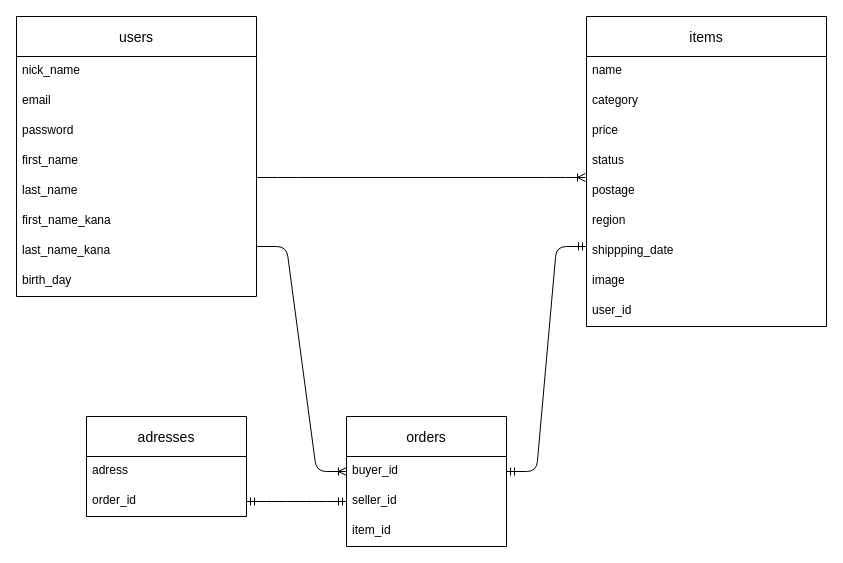
This is furima.dio from ogaki0612/furima-31903, a draw.io file, before an edit. Source tidied: cells renumbered, new cells numbered last; positions are measured from the earlier drawing's top-left corner, leaving out a move shared by most shapes. Both pictures are drawn from the tidied source at 100%, with x=0, y=0 at pixel (16, 16).
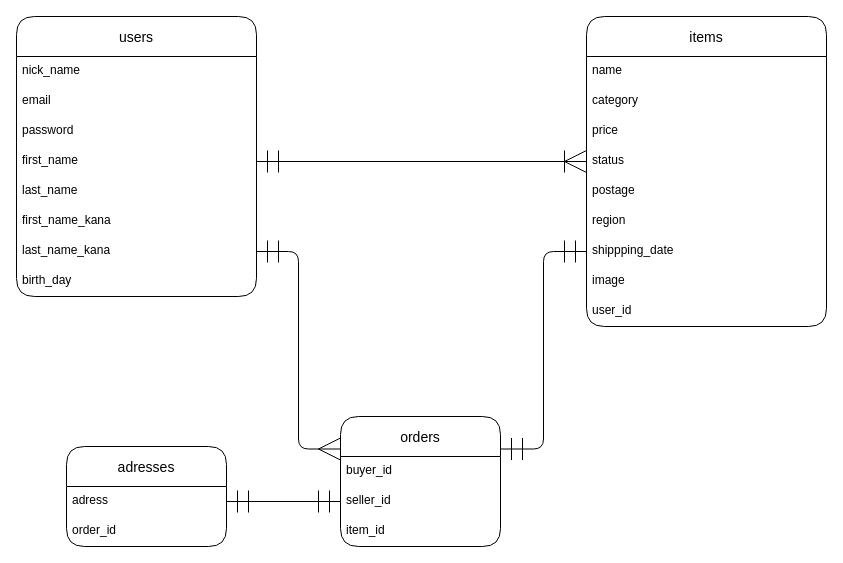
Above is the later version.

Change to the diagram source:
```diff
@@
-    <mxCell id="2" style="edgeStyle=entityRelationEdgeStyle;fontSize=12;html=1;endArrow=ERoneToMany;entryX=-0.004;entryY=0.033;entryDx=0;entryDy=0;entryPerimeter=0;exitX=1.004;exitY=0.033;exitDx=0;exitDy=0;exitPerimeter=0;" parent="1" edge="1" source="9" target="18">
-      <mxGeometry relative="1" as="geometry" />
-    </mxCell>
-    <mxCell id="3" style="edgeStyle=entityRelationEdgeStyle;fontSize=12;html=1;endArrow=ERoneToMany;entryX=0;entryY=0.5;entryDx=0;entryDy=0;" parent="1" edge="1" target="24">
-      <mxGeometry relative="1" as="geometry">
-        <mxPoint x="240" y="230" as="sourcePoint" />
-      </mxGeometry>
-    </mxCell>
-    <mxCell id="4" value="users" style="swimlane;fontStyle=0;horizontal=1;startSize=40;align=center;fontSize=14;" parent="1" vertex="1">
+    <mxCell id="4" value="users" style="swimlane;fontStyle=0;horizontal=1;startSize=40;align=center;fontSize=14;rounded=1;" parent="1" vertex="1">
       <mxGeometry width="240" height="280" as="geometry" />
     </mxCell>
-    <mxCell id="5" value="nick_name" style="text;strokeColor=none;fillColor=none;spacingLeft=4;spacingRight=4;overflow=hidden;fontSize=12;" parent="4" vertex="1">
+    <mxCell id="5" value="nick_name" style="text;strokeColor=none;fillColor=none;spacingLeft=4;spacingRight=4;overflow=hidden;fontSize=12;rounded=1;" parent="4" vertex="1">
       <mxGeometry y="40" width="240" height="30" as="geometry" />
     </mxCell>
-    <mxCell id="6" value="email" style="text;strokeColor=none;fillColor=none;spacingLeft=4;spacingRight=4;overflow=hidden;fontSize=12;" parent="4" vertex="1">
+    <mxCell id="6" value="email" style="text;strokeColor=none;fillColor=none;spacingLeft=4;spacingRight=4;overflow=hidden;fontSize=12;rounded=1;" parent="4" vertex="1">
       <mxGeometry y="70" width="240" height="30" as="geometry" />
     </mxCell>
-    <mxCell id="7" value="password" style="text;strokeColor=none;fillColor=none;spacingLeft=4;spacingRight=4;overflow=hidden;fontSize=12;" parent="4" vertex="1">
+    <mxCell id="7" value="password" style="text;strokeColor=none;fillColor=none;spacingLeft=4;spacingRight=4;overflow=hidden;fontSize=12;rounded=1;" parent="4" vertex="1">
       <mxGeometry y="100" width="240" height="30" as="geometry" />
     </mxCell>
-    <mxCell id="8" value="first_name" style="text;strokeColor=none;fillColor=none;spacingLeft=4;spacingRight=4;overflow=hidden;points=[[0,0.5],[1,0.5]];portConstraint=eastwest;fontSize=12;" parent="4" vertex="1">
+    <mxCell id="8" value="first_name" style="text;strokeColor=none;fillColor=none;spacingLeft=4;spacingRight=4;overflow=hidden;points=[[0,0.5],[1,0.5]];portConstraint=eastwest;fontSize=12;rounded=1;" parent="4" vertex="1">
       <mxGeometry y="130" width="240" height="30" as="geometry" />
     </mxCell>
-    <mxCell id="9" value="last_name" style="text;strokeColor=none;fillColor=none;spacingLeft=4;spacingRight=4;overflow=hidden;points=[[0,0.5],[1,0.5]];portConstraint=eastwest;fontSize=12;" parent="4" vertex="1">
+    <mxCell id="9" value="last_name" style="text;strokeColor=none;fillColor=none;spacingLeft=4;spacingRight=4;overflow=hidden;points=[[0,0.5],[1,0.5]];portConstraint=eastwest;fontSize=12;rounded=1;" parent="4" vertex="1">
       <mxGeometry y="160" width="240" height="30" as="geometry" />
     </mxCell>
-    <mxCell id="10" value="first_name_kana" style="text;strokeColor=none;fillColor=none;spacingLeft=4;spacingRight=4;overflow=hidden;fontSize=12;" parent="4" vertex="1">
+    <mxCell id="10" value="first_name_kana" style="text;strokeColor=none;fillColor=none;spacingLeft=4;spacingRight=4;overflow=hidden;fontSize=12;rounded=1;" parent="4" vertex="1">
       <mxGeometry y="190" width="240" height="30" as="geometry" />
     </mxCell>
-    <mxCell id="11" value="last_name_kana" style="text;strokeColor=none;fillColor=none;spacingLeft=4;spacingRight=4;overflow=hidden;points=[[0,0.5],[1,0.5]];portConstraint=eastwest;fontSize=12;" parent="4" vertex="1">
+    <mxCell id="11" value="last_name_kana" style="text;strokeColor=none;fillColor=none;spacingLeft=4;spacingRight=4;overflow=hidden;points=[[0,0.5],[1,0.5]];portConstraint=eastwest;fontSize=12;rounded=1;" parent="4" vertex="1">
       <mxGeometry y="220" width="240" height="30" as="geometry" />
     </mxCell>
-    <mxCell id="12" value="birth_day" style="text;strokeColor=none;fillColor=none;spacingLeft=4;spacingRight=4;overflow=hidden;fontSize=12;" parent="4" vertex="1">
+    <mxCell id="12" value="birth_day" style="text;strokeColor=none;fillColor=none;spacingLeft=4;spacingRight=4;overflow=hidden;fontSize=12;rounded=1;" parent="4" vertex="1">
       <mxGeometry y="250" width="240" height="30" as="geometry" />
     </mxCell>
-    <mxCell id="13" value="items" style="swimlane;fontStyle=0;horizontal=1;startSize=40;align=center;fontSize=14;" parent="1" vertex="1">
+    <mxCell id="13" value="items" style="swimlane;fontStyle=0;horizontal=1;startSize=40;align=center;fontSize=14;rounded=1;" parent="1" vertex="1">
       <mxGeometry x="570" width="240" height="310" as="geometry" />
     </mxCell>
-    <mxCell id="14" value="name" style="text;strokeColor=none;fillColor=none;spacingLeft=4;spacingRight=4;overflow=hidden;fontSize=12;" parent="13" vertex="1">
+    <mxCell id="14" value="name" style="text;strokeColor=none;fillColor=none;spacingLeft=4;spacingRight=4;overflow=hidden;fontSize=12;rounded=1;" parent="13" vertex="1">
       <mxGeometry y="40" width="240" height="30" as="geometry" />
     </mxCell>
-    <mxCell id="15" value="category" style="text;strokeColor=none;fillColor=none;spacingLeft=4;spacingRight=4;overflow=hidden;fontSize=12;" parent="13" vertex="1">
+    <mxCell id="15" value="category" style="text;strokeColor=none;fillColor=none;spacingLeft=4;spacingRight=4;overflow=hidden;fontSize=12;rounded=1;" parent="13" vertex="1">
       <mxGeometry y="70" width="240" height="30" as="geometry" />
     </mxCell>
-    <mxCell id="16" value="price" style="text;strokeColor=none;fillColor=none;spacingLeft=4;spacingRight=4;overflow=hidden;fontSize=12;" parent="13" vertex="1">
+    <mxCell id="16" value="price" style="text;strokeColor=none;fillColor=none;spacingLeft=4;spacingRight=4;overflow=hidden;fontSize=12;rounded=1;" parent="13" vertex="1">
       <mxGeometry y="100" width="240" height="30" as="geometry" />
     </mxCell>
-    <mxCell id="17" value="status" style="text;strokeColor=none;fillColor=none;spacingLeft=4;spacingRight=4;overflow=hidden;points=[[0,0.5],[1,0.5]];portConstraint=eastwest;fontSize=12;" parent="13" vertex="1">
+    <mxCell id="17" value="status" style="text;strokeColor=none;fillColor=none;spacingLeft=4;spacingRight=4;overflow=hidden;points=[[0,0.5],[1,0.5]];portConstraint=eastwest;fontSize=12;rounded=1;" parent="13" vertex="1">
       <mxGeometry y="130" width="240" height="30" as="geometry" />
     </mxCell>
-    <mxCell id="18" value="postage" style="text;strokeColor=none;fillColor=none;spacingLeft=4;spacingRight=4;overflow=hidden;points=[[0,0.5],[1,0.5]];portConstraint=eastwest;fontSize=12;" parent="13" vertex="1">
+    <mxCell id="18" value="postage" style="text;strokeColor=none;fillColor=none;spacingLeft=4;spacingRight=4;overflow=hidden;points=[[0,0.5],[1,0.5]];portConstraint=eastwest;fontSize=12;rounded=1;" parent="13" vertex="1">
       <mxGeometry y="160" width="240" height="30" as="geometry" />
     </mxCell>
-    <mxCell id="19" value="region" style="text;strokeColor=none;fillColor=none;spacingLeft=4;spacingRight=4;overflow=hidden;fontSize=12;" parent="13" vertex="1">
+    <mxCell id="19" value="region" style="text;strokeColor=none;fillColor=none;spacingLeft=4;spacingRight=4;overflow=hidden;fontSize=12;rounded=1;" parent="13" vertex="1">
       <mxGeometry y="190" width="240" height="30" as="geometry" />
     </mxCell>
-    <mxCell id="20" value="shippping_date" style="text;strokeColor=none;fillColor=none;spacingLeft=4;spacingRight=4;overflow=hidden;points=[[0,0.5],[1,0.5]];portConstraint=eastwest;fontSize=12;" parent="13" vertex="1">
+    <mxCell id="20" value="shippping_date" style="text;strokeColor=none;fillColor=none;spacingLeft=4;spacingRight=4;overflow=hidden;points=[[0,0.5],[1,0.5]];portConstraint=eastwest;fontSize=12;rounded=1;" parent="13" vertex="1">
       <mxGeometry y="220" width="240" height="30" as="geometry" />
     </mxCell>
-    <mxCell id="21" value="image" style="text;strokeColor=none;fillColor=none;spacingLeft=4;spacingRight=4;overflow=hidden;fontSize=12;" parent="13" vertex="1">
+    <mxCell id="21" value="image" style="text;strokeColor=none;fillColor=none;spacingLeft=4;spacingRight=4;overflow=hidden;fontSize=12;rounded=1;" parent="13" vertex="1">
       <mxGeometry y="250" width="240" height="30" as="geometry" />
     </mxCell>
-    <mxCell id="22" value="user_id" style="text;strokeColor=none;fillColor=none;spacingLeft=4;spacingRight=4;overflow=hidden;fontSize=12;" parent="13" vertex="1">
+    <mxCell id="22" value="user_id" style="text;strokeColor=none;fillColor=none;spacingLeft=4;spacingRight=4;overflow=hidden;fontSize=12;rounded=1;" parent="13" vertex="1">
       <mxGeometry y="280" width="240" height="30" as="geometry" />
     </mxCell>
+    <mxCell id="32" style="edgeStyle=orthogonalEdgeStyle;jettySize=auto;html=1;exitX=1;exitY=0.5;exitDx=0;exitDy=0;entryX=0;entryY=0.5;entryDx=0;entryDy=0;startArrow=ERmandOne;startFill=0;endArrow=ERoneToMany;endFill=0;endSize=20;targetPerimeterSpacing=0;startSize=20;" parent="1" edge="1" source="8" target="17">
+      <mxGeometry relative="1" as="geometry" />
+    </mxCell>
+    <mxCell id="28" value="adresses" style="swimlane;fontStyle=0;horizontal=1;startSize=40;align=center;fontSize=14;rounded=1;" parent="1" vertex="1">
+      <mxGeometry x="50" y="430" width="160" height="100" as="geometry" />
+    </mxCell>
+    <mxCell id="29" value="adress" style="text;strokeColor=none;fillColor=none;spacingLeft=4;spacingRight=4;overflow=hidden;points=[[0,0.5],[1,0.5]];portConstraint=eastwest;fontSize=12;rounded=1;" parent="28" vertex="1">
+      <mxGeometry y="40" width="160" height="30" as="geometry" />
+    </mxCell>
+    <mxCell id="30" value="order_id" style="text;strokeColor=none;fillColor=none;spacingLeft=4;spacingRight=4;overflow=hidden;points=[[0,0.5],[1,0.5]];portConstraint=eastwest;fontSize=12;rounded=1;" parent="28" vertex="1">
+      <mxGeometry y="70" width="160" height="30" as="geometry" />
+    </mxCell>
+    <mxCell id="33" style="edgeStyle=orthogonalEdgeStyle;jettySize=auto;html=1;exitX=0;exitY=0.25;exitDx=0;exitDy=0;entryX=1;entryY=0.5;entryDx=0;entryDy=0;startArrow=ERmany;startFill=0;endArrow=ERmandOne;endFill=0;endSize=20;startSize=20;" parent="1" edge="1" source="23" target="11">
+      <mxGeometry relative="1" as="geometry" />
+    </mxCell>
+    <mxCell id="34" style="edgeStyle=orthogonalEdgeStyle;jettySize=auto;html=1;exitX=0;exitY=0.5;exitDx=0;exitDy=0;entryX=1;entryY=0.25;entryDx=0;entryDy=0;startArrow=ERmandOne;startFill=0;startSize=20;endArrow=ERmandOne;endFill=0;endSize=20;" parent="1" edge="1" source="20" target="23">
+      <mxGeometry relative="1" as="geometry" />
+    </mxCell>
+    <mxCell id="35" style="edgeStyle=orthogonalEdgeStyle;jettySize=auto;html=1;exitX=1;exitY=0.5;exitDx=0;exitDy=0;entryX=0;entryY=0.5;entryDx=0;entryDy=0;startArrow=ERmandOne;startFill=0;startSize=20;endArrow=ERmandOne;endFill=0;endSize=20;" parent="1" edge="1" source="29" target="25">
+      <mxGeometry relative="1" as="geometry" />
+    </mxCell>
-    <mxCell id="23" value="orders" style="swimlane;fontStyle=0;horizontal=1;startSize=40;align=center;fontSize=14;" parent="1" vertex="1">
-      <mxGeometry x="330" y="400" width="160" height="130" as="geometry" />
+    <mxCell id="23" value="orders" style="swimlane;fontStyle=0;horizontal=1;startSize=40;align=center;fontSize=14;rounded=1;" parent="1" vertex="1">
+      <mxGeometry x="324" y="400" width="160" height="130" as="geometry" />
     </mxCell>
-    <mxCell id="24" value="buyer_id" style="text;strokeColor=none;fillColor=none;spacingLeft=4;spacingRight=4;overflow=hidden;points=[[0,0.5],[1,0.5]];portConstraint=eastwest;fontSize=12;" parent="23" vertex="1">
+    <mxCell id="24" value="buyer_id" style="text;strokeColor=none;fillColor=none;spacingLeft=4;spacingRight=4;overflow=hidden;points=[[0,0.5],[1,0.5]];portConstraint=eastwest;fontSize=12;rounded=1;" parent="23" vertex="1">
       <mxGeometry y="40" width="160" height="30" as="geometry" />
     </mxCell>
-    <mxCell id="25" value="seller_id" style="text;strokeColor=none;fillColor=none;spacingLeft=4;spacingRight=4;overflow=hidden;points=[[0,0.5],[1,0.5]];portConstraint=eastwest;fontSize=12;" parent="23" vertex="1">
+    <mxCell id="25" value="seller_id" style="text;strokeColor=none;fillColor=none;spacingLeft=4;spacingRight=4;overflow=hidden;points=[[0,0.5],[1,0.5]];portConstraint=eastwest;fontSize=12;rounded=1;" parent="23" vertex="1">
       <mxGeometry y="70" width="160" height="30" as="geometry" />
     </mxCell>
-    <mxCell id="26" value="item_id" style="text;strokeColor=none;fillColor=none;spacingLeft=4;spacingRight=4;overflow=hidden;fontSize=12;" parent="23" vertex="1">
+    <mxCell id="26" value="item_id" style="text;strokeColor=none;fillColor=none;spacingLeft=4;spacingRight=4;overflow=hidden;fontSize=12;rounded=1;" parent="23" vertex="1">
       <mxGeometry y="100" width="160" height="30" as="geometry" />
     </mxCell>
-    <mxCell id="27" style="edgeStyle=entityRelationEdgeStyle;fontSize=12;html=1;endArrow=ERmandOne;startArrow=ERmandOne;exitX=1;exitY=0.5;exitDx=0;exitDy=0;" parent="1" edge="1" source="24">
-      <mxGeometry relative="1" as="geometry">
-        <mxPoint x="570" y="230" as="targetPoint" />
-      </mxGeometry>
-    </mxCell>
-    <mxCell id="28" value="adresses" style="swimlane;fontStyle=0;horizontal=1;startSize=40;align=center;fontSize=14;" parent="1" vertex="1">
-      <mxGeometry x="70" y="400" width="160" height="100" as="geometry" />
-    </mxCell>
-    <mxCell id="29" value="adress" style="text;strokeColor=none;fillColor=none;spacingLeft=4;spacingRight=4;overflow=hidden;points=[[0,0.5],[1,0.5]];portConstraint=eastwest;fontSize=12;" parent="28" vertex="1">
-      <mxGeometry y="40" width="160" height="30" as="geometry" />
-    </mxCell>
-    <mxCell id="30" value="order_id" style="text;strokeColor=none;fillColor=none;spacingLeft=4;spacingRight=4;overflow=hidden;points=[[0,0.5],[1,0.5]];portConstraint=eastwest;fontSize=12;" parent="28" vertex="1">
-      <mxGeometry y="70" width="160" height="30" as="geometry" />
-    </mxCell>
-    <mxCell id="31" style="edgeStyle=entityRelationEdgeStyle;fontSize=12;html=1;endArrow=ERmandOne;startArrow=ERmandOne;entryX=0;entryY=0.5;entryDx=0;entryDy=0;exitX=1;exitY=0.5;exitDx=0;exitDy=0;" parent="1" edge="1" source="30" target="25">
-      <mxGeometry relative="1" as="geometry" />
-    </mxCell>
```
